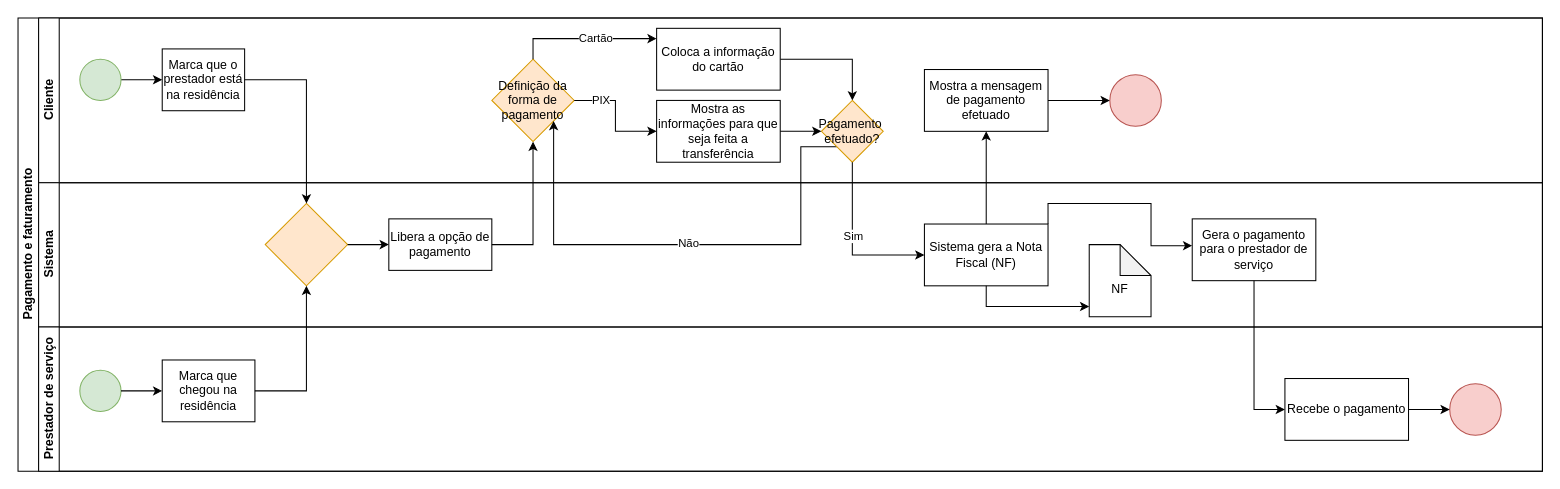
wholocked1/projeto_eng_software_041 keeps this draw.io diagram as Pagamento e Faturamento.drawio. Above is the earlier version. Source tidied: cells renumbered, new cells numbered last; positions are measured from the earlier drawing's top-left corner, leaving out a move shared by most shapes. Both pictures are drawn from the tidied source at 103%, with x=0, y=0 at pixel (18, 18).
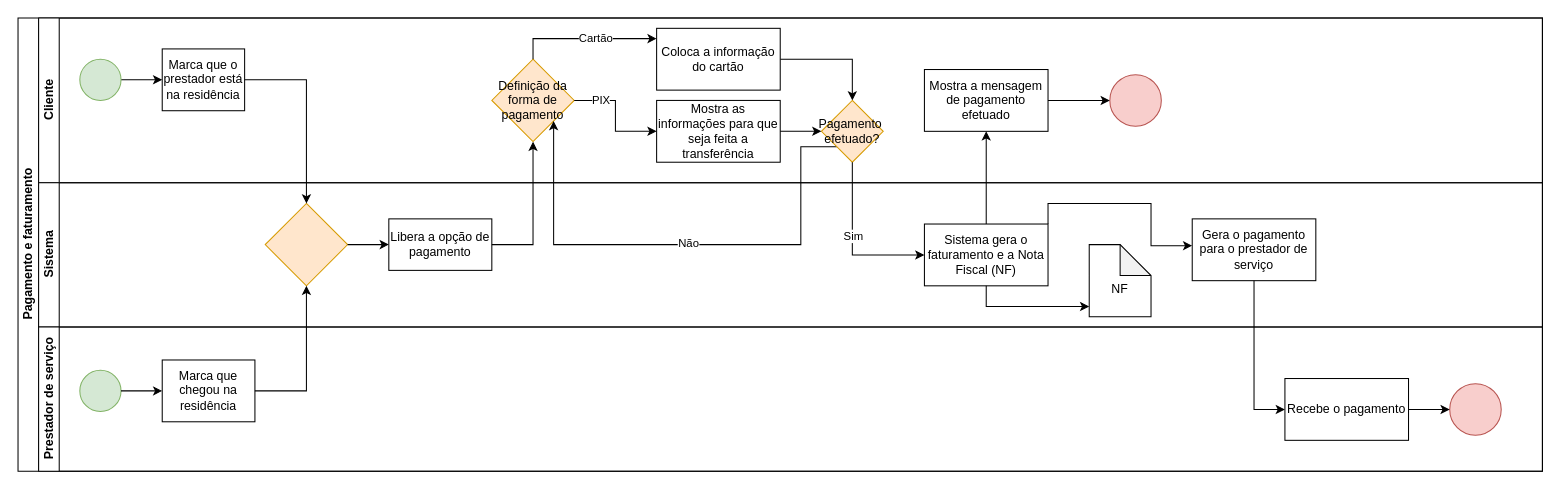
Above is the later version.

Unchanged cells that the change refers to:
```xml
<mxCell id="22" value="Sistema" style="swimlane;html=1;startSize=20;horizontal=0;" parent="2" vertex="1">
  <mxGeometry x="20" y="160" width="1460" height="140" as="geometry" />
</mxCell>
```

Change to the diagram source:
```diff
@@
-    <mxCell id="26" value="Sistema gera a Nota Fiscal (NF)" style="rounded=0;whiteSpace=wrap;html=1;" parent="22" vertex="1">
+    <mxCell id="26" value="Sistema gera o faturamento e a Nota Fiscal (NF)" style="rounded=0;whiteSpace=wrap;html=1;" parent="22" vertex="1">
       <mxGeometry x="860" y="40" width="120" height="60" as="geometry" />
     </mxCell>
```
